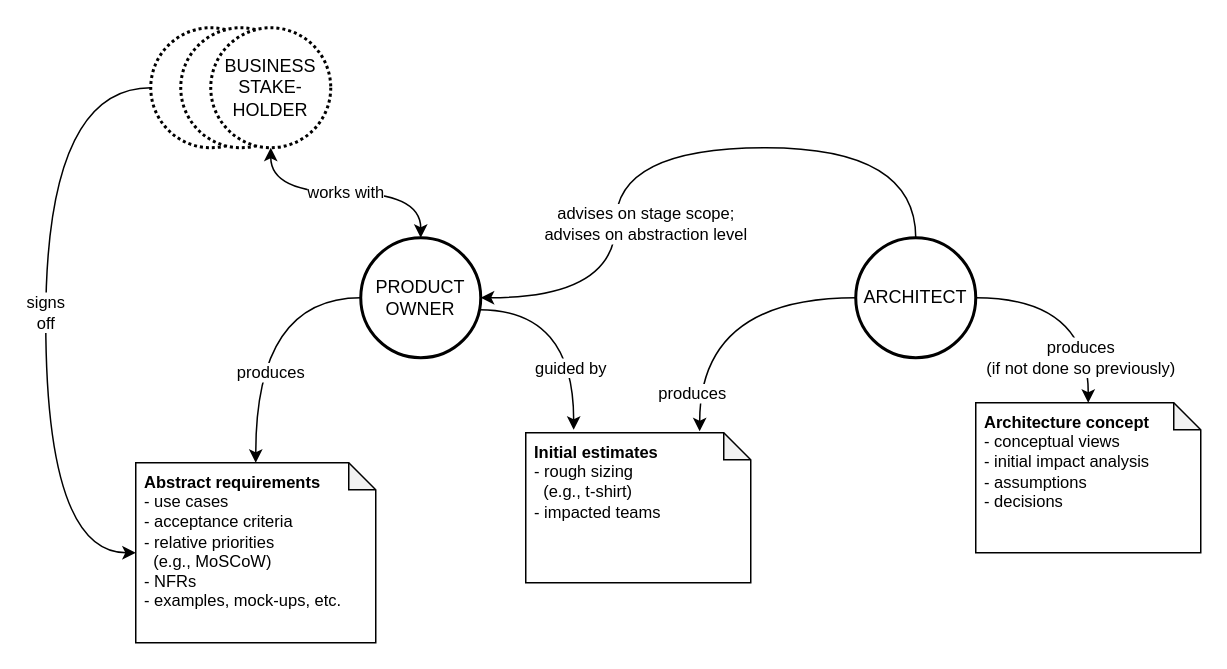
ekoutanov/CONTROL keeps this draw.io diagram as page "abstraction" (8 of 13) of assets/diagrams.drawio. Above is the earlier version. Source tidied: cells renumbered, new cells numbered last; positions are measured from the earlier drawing's top-left corner, leaving out a move shared by most shapes. Both pictures are drawn from the tidied source at 150%, with x=0, y=0 at pixel (45, 27).
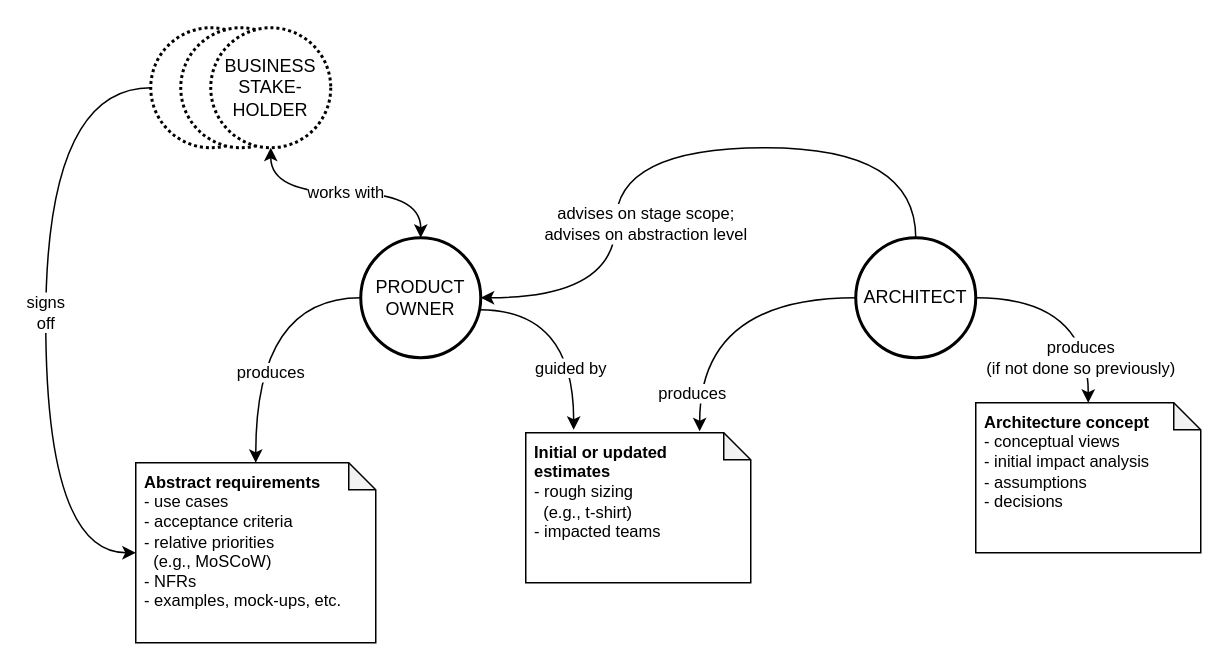
Above is the later version.

What changed in the source:
```diff
@@
-    <mxCell id="14" value="&lt;div style=&quot;&quot;&gt;&lt;b&gt;Initial estimates&lt;/b&gt;&lt;/div&gt;&lt;div&gt;- rough sizing&amp;nbsp;&lt;/div&gt;&lt;div&gt;&amp;nbsp; (e.g., t-shirt)&lt;br&gt;&lt;/div&gt;&lt;div&gt;- impacted teams&lt;/div&gt;" style="shape=note;whiteSpace=wrap;html=1;backgroundOutline=1;darkOpacity=0.05;fontFamily=Helvetica;fontSize=11;fontColor=default;labelBackgroundColor=default;size=18;align=left;spacingRight=0;spacingLeft=4;verticalAlign=top;" parent="1" vertex="1">
+    <mxCell id="14" value="&lt;div style=&quot;&quot;&gt;&lt;b&gt;Initial or updated&lt;/b&gt;&lt;/div&gt;&lt;div style=&quot;&quot;&gt;&lt;b&gt;estimates&lt;/b&gt;&lt;/div&gt;&lt;div&gt;- rough sizing&amp;nbsp;&lt;/div&gt;&lt;div&gt;&amp;nbsp; (e.g., t-shirt)&lt;br&gt;&lt;/div&gt;&lt;div&gt;- impacted teams&lt;/div&gt;" style="shape=note;whiteSpace=wrap;html=1;backgroundOutline=1;darkOpacity=0.05;fontFamily=Helvetica;fontSize=11;fontColor=default;labelBackgroundColor=default;size=18;align=left;spacingRight=0;spacingLeft=4;verticalAlign=top;" parent="1" vertex="1">
       <mxGeometry x="320" y="270" width="150" height="100" as="geometry" />
     </mxCell>
```
